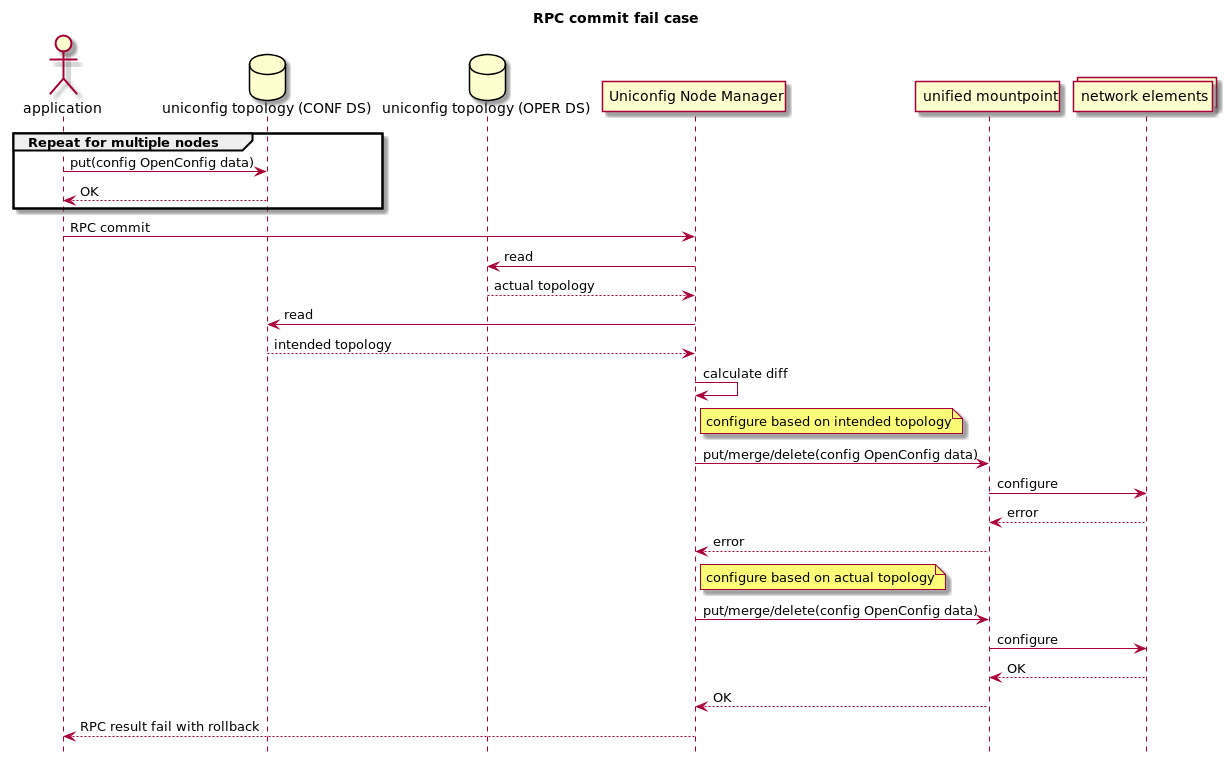
Earlier version of the PlantUML export FRINX_ODL_Distribution/Carbon/FRINX_Features_User_Guide/uniconfig/api_and_use_cases/drawing/UNM/RPC_commit_fail.png (jmorvay/Frinx-docs). Source of this version:
```plantuml
@startuml
hide footbox
title RPC commit fail case

actor application
database "uniconfig topology (CONF DS)"
database "uniconfig topology (OPER DS)"
participant "Uniconfig Node Manager"
participant "unified mountpoint"
collections "network elements"

group Repeat for multiple nodes
    application -> "uniconfig topology (CONF DS)": put(config OpenConfig data)
    "uniconfig topology (CONF DS)" --> application: OK
end

application -> "Uniconfig Node Manager": RPC commit
"Uniconfig Node Manager" -> "uniconfig topology (OPER DS)": read
"uniconfig topology (OPER DS)" --> "Uniconfig Node Manager": actual topology
"Uniconfig Node Manager" -> "uniconfig topology (CONF DS)": read
"uniconfig topology (CONF DS)" --> "Uniconfig Node Manager": intended topology
"Uniconfig Node Manager" -> "Uniconfig Node Manager": calculate diff
note right "Uniconfig Node Manager": configure based on intended topology
"Uniconfig Node Manager" -> "unified mountpoint": put/merge/delete(config OpenConfig data)
    "unified mountpoint" -> "network elements": configure
    "network elements" --> "unified mountpoint": error
"unified mountpoint" --> "Uniconfig Node Manager": error
note right "Uniconfig Node Manager": configure based on actual topology
"Uniconfig Node Manager" -> "unified mountpoint": put/merge/delete(config OpenConfig data)
    "unified mountpoint" -> "network elements": configure
    "network elements" --> "unified mountpoint": OK
"unified mountpoint" --> "Uniconfig Node Manager": OK
"Uniconfig Node Manager" --> application: RPC result fail with rollback
@enduml
```
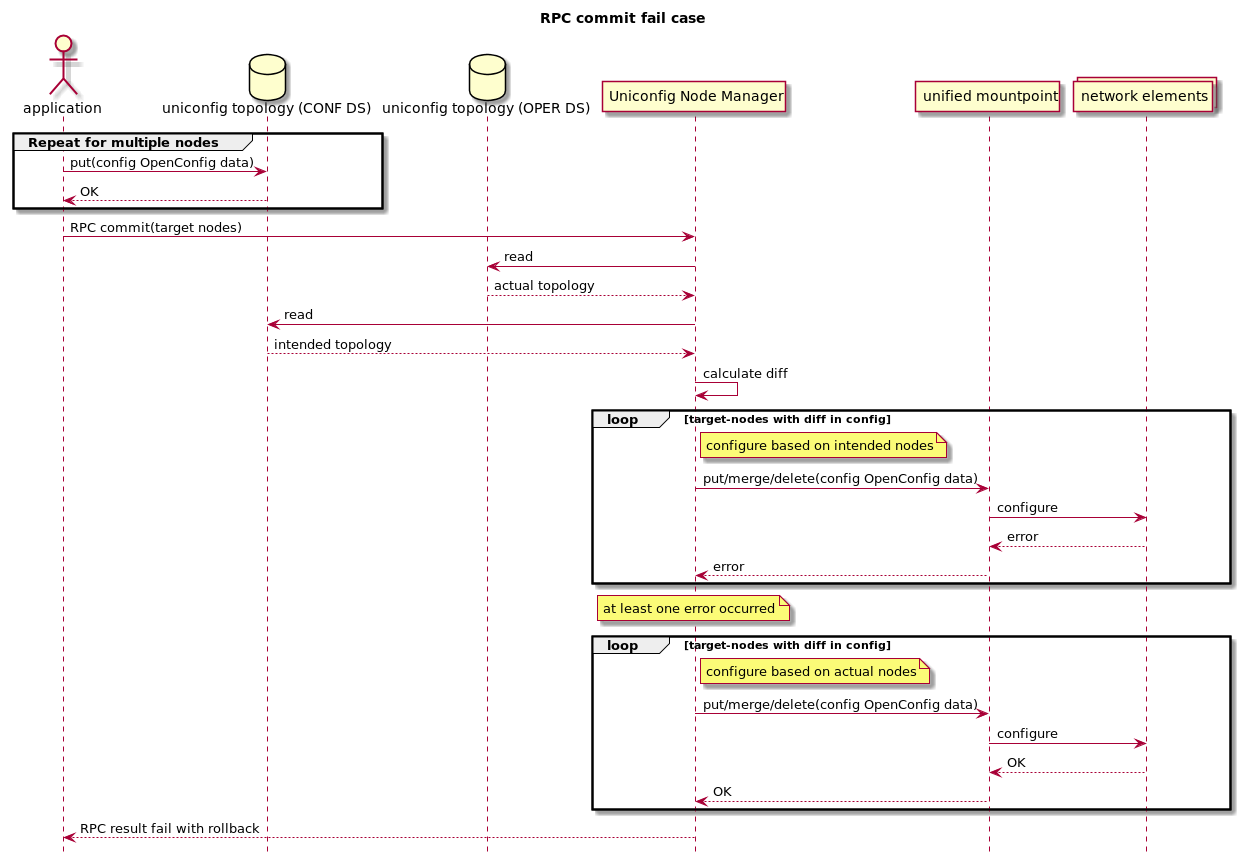
The same file after the commit.

The edit, as a diff of the source:
```diff
@@ -14,21 +14,27 @@
     "uniconfig topology (CONF DS)" --> application: OK
 end
 
-application -> "Uniconfig Node Manager": RPC commit
+application -> "Uniconfig Node Manager": RPC commit(target nodes)
 "Uniconfig Node Manager" -> "uniconfig topology (OPER DS)": read
 "uniconfig topology (OPER DS)" --> "Uniconfig Node Manager": actual topology
 "Uniconfig Node Manager" -> "uniconfig topology (CONF DS)": read
 "uniconfig topology (CONF DS)" --> "Uniconfig Node Manager": intended topology
 "Uniconfig Node Manager" -> "Uniconfig Node Manager": calculate diff
-note right "Uniconfig Node Manager": configure based on intended topology
-"Uniconfig Node Manager" -> "unified mountpoint": put/merge/delete(config OpenConfig data)
-    "unified mountpoint" -> "network elements": configure
-    "network elements" --> "unified mountpoint": error
-"unified mountpoint" --> "Uniconfig Node Manager": error
-note right "Uniconfig Node Manager": configure based on actual topology
-"Uniconfig Node Manager" -> "unified mountpoint": put/merge/delete(config OpenConfig data)
-    "unified mountpoint" -> "network elements": configure
-    "network elements" --> "unified mountpoint": OK
-"unified mountpoint" --> "Uniconfig Node Manager": OK
+
+loop target-nodes with diff in config
+    note right "Uniconfig Node Manager": configure based on intended nodes
+    "Uniconfig Node Manager" -> "unified mountpoint": put/merge/delete(config OpenConfig data)
+        "unified mountpoint" -> "network elements": configure
+        "network elements" --> "unified mountpoint": error
+    "unified mountpoint" --> "Uniconfig Node Manager": error
+end
+note over "Uniconfig Node Manager": at least one error occurred
+loop target-nodes with diff in config
+    note right "Uniconfig Node Manager": configure based on actual nodes
+    "Uniconfig Node Manager" -> "unified mountpoint": put/merge/delete(config OpenConfig data)
+        "unified mountpoint" -> "network elements": configure
+        "network elements" --> "unified mountpoint": OK
+    "unified mountpoint" --> "Uniconfig Node Manager": OK
+end
 "Uniconfig Node Manager" --> application: RPC result fail with rollback
 @enduml
```
